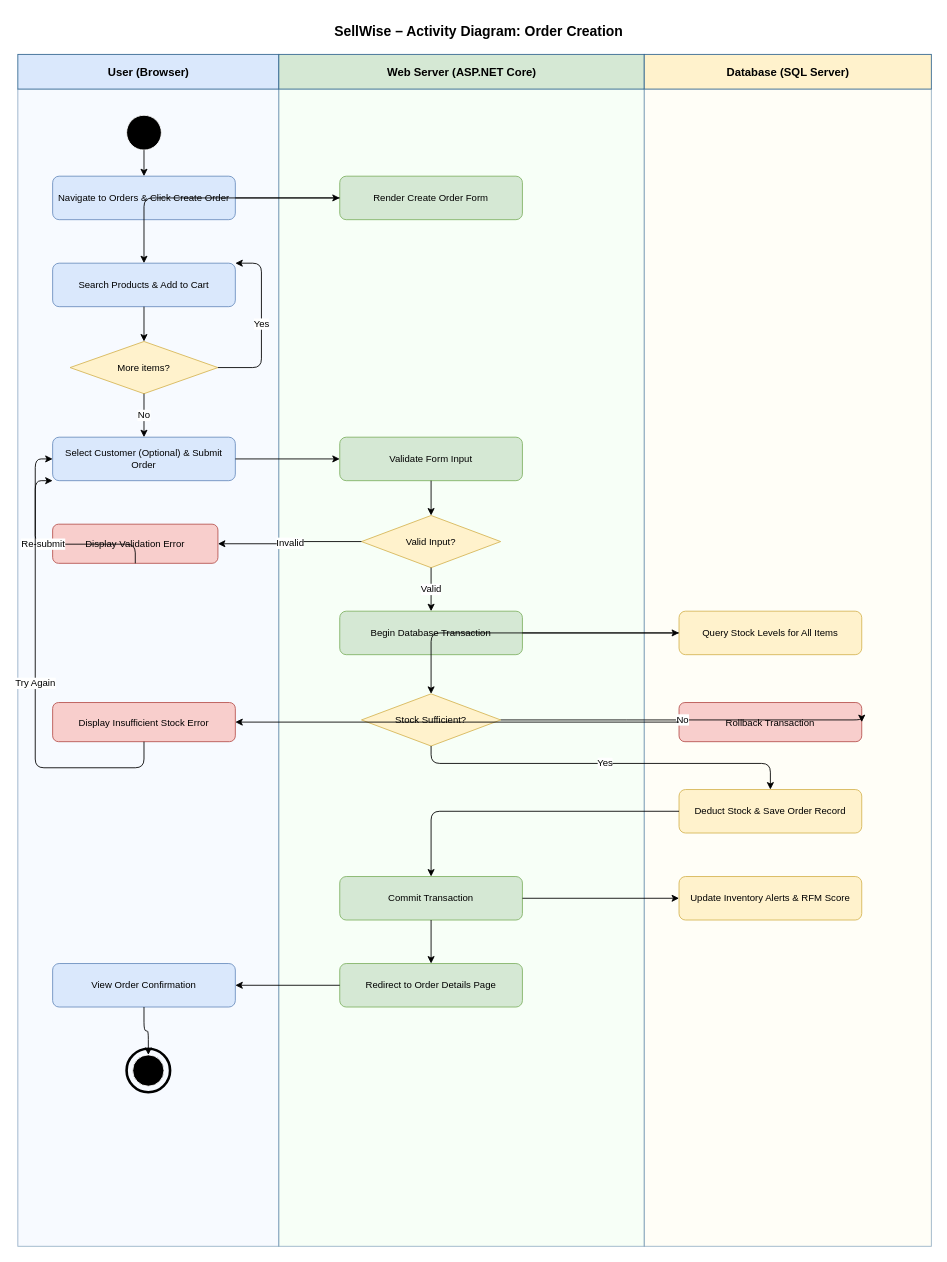
This is diagrams/06_Activity_Diagram.drawio from mr-sohel/SellWise, a draw.io file, before an edit. Source tidied: cells renumbered, new cells numbered last; positions are measured from the earlier drawing's top-left corner, leaving out a move shared by most shapes. Both pictures are drawn from the tidied source at 87%, with x=0, y=0 at pixel (17, 15).
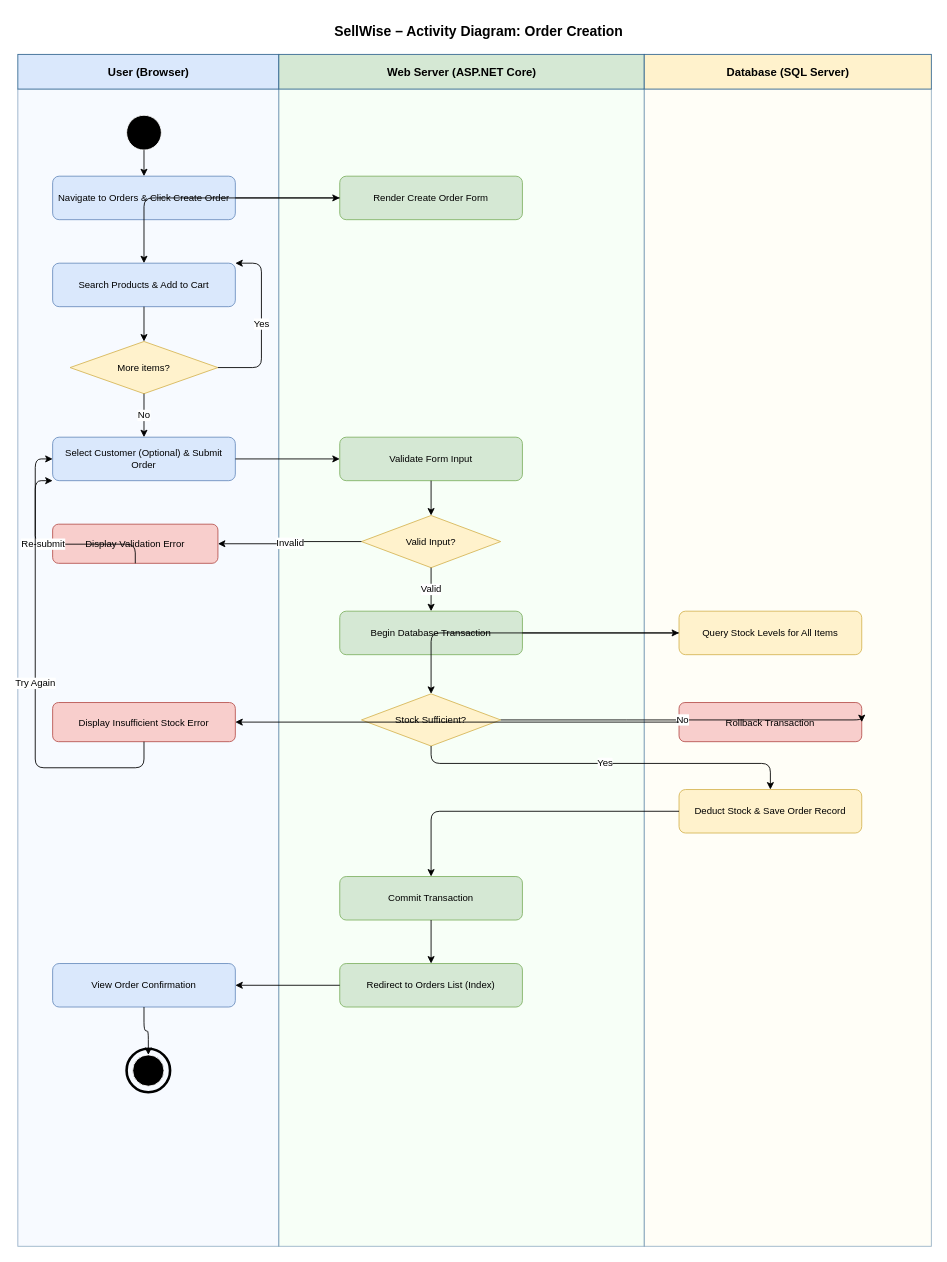
Above is the later version.

Commit message (it also covers changes not shown here):
docs: add initial activity and class diagrams for system architecture documentation

Unchanged cells that the change refers to:
```xml
<mxCell id="24" value="Commit Transaction" style="rounded=1;whiteSpace=wrap;html=1;fillColor=#d5e8d4;strokeColor=#82b366;fontSize=11;" parent="1" vertex="1">
  <mxGeometry x="370" y="990" width="210" height="50" as="geometry" />
</mxCell>
```

What changed in the source:
```diff
@@
-    <mxCell id="25" value="Update Inventory Alerts &amp; RFM Score" style="rounded=1;whiteSpace=wrap;html=1;fillColor=#fff2cc;strokeColor=#d6b656;fontSize=11;" parent="1" vertex="1">
-      <mxGeometry x="760" y="990" width="210" height="50" as="geometry" />
-    </mxCell>
-    <mxCell id="26" value="Redirect to Order Details Page" style="rounded=1;whiteSpace=wrap;html=1;fillColor=#d5e8d4;strokeColor=#82b366;fontSize=11;" parent="1" vertex="1">
+    <mxCell id="26" value="Redirect to Orders List (Index)" style="rounded=1;whiteSpace=wrap;html=1;fillColor=#d5e8d4;strokeColor=#82b366;fontSize=11;" parent="1" vertex="1">
       <mxGeometry x="370" y="1090" width="210" height="50" as="geometry" />
     </mxCell>
@@
-    <mxCell id="48" style="edgeStyle=orthogonalEdgeStyle;html=1;" parent="1" edge="1" source="24" target="25">
-      <mxGeometry relative="1" as="geometry" />
-    </mxCell>
```
